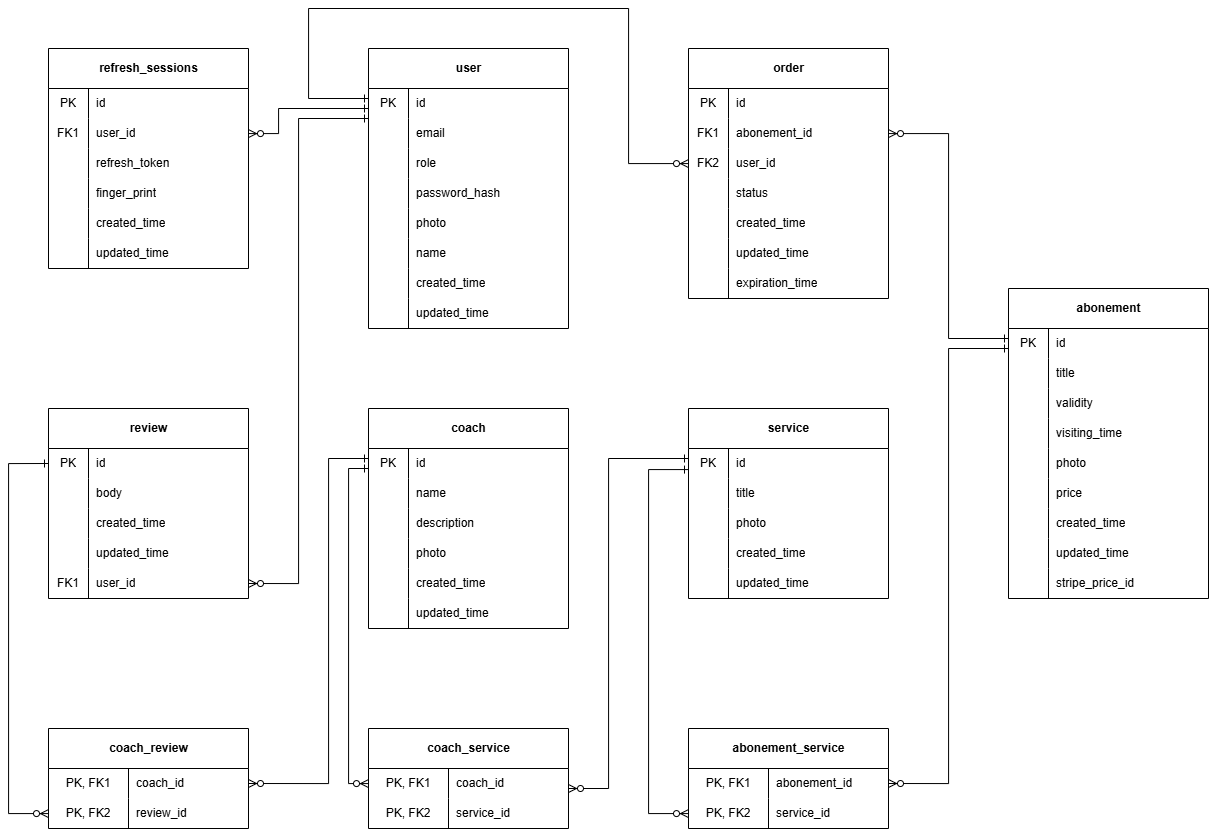
Before: doc/fitness_center_db.drawio.png, a diagram exported from draw.io (DanKo-code/Fitness-Center-Mono). Source tidied: cells renumbered, new cells last; positions are measured from the earlier drawing's top-left corner, leaving out a move shared by most shapes.
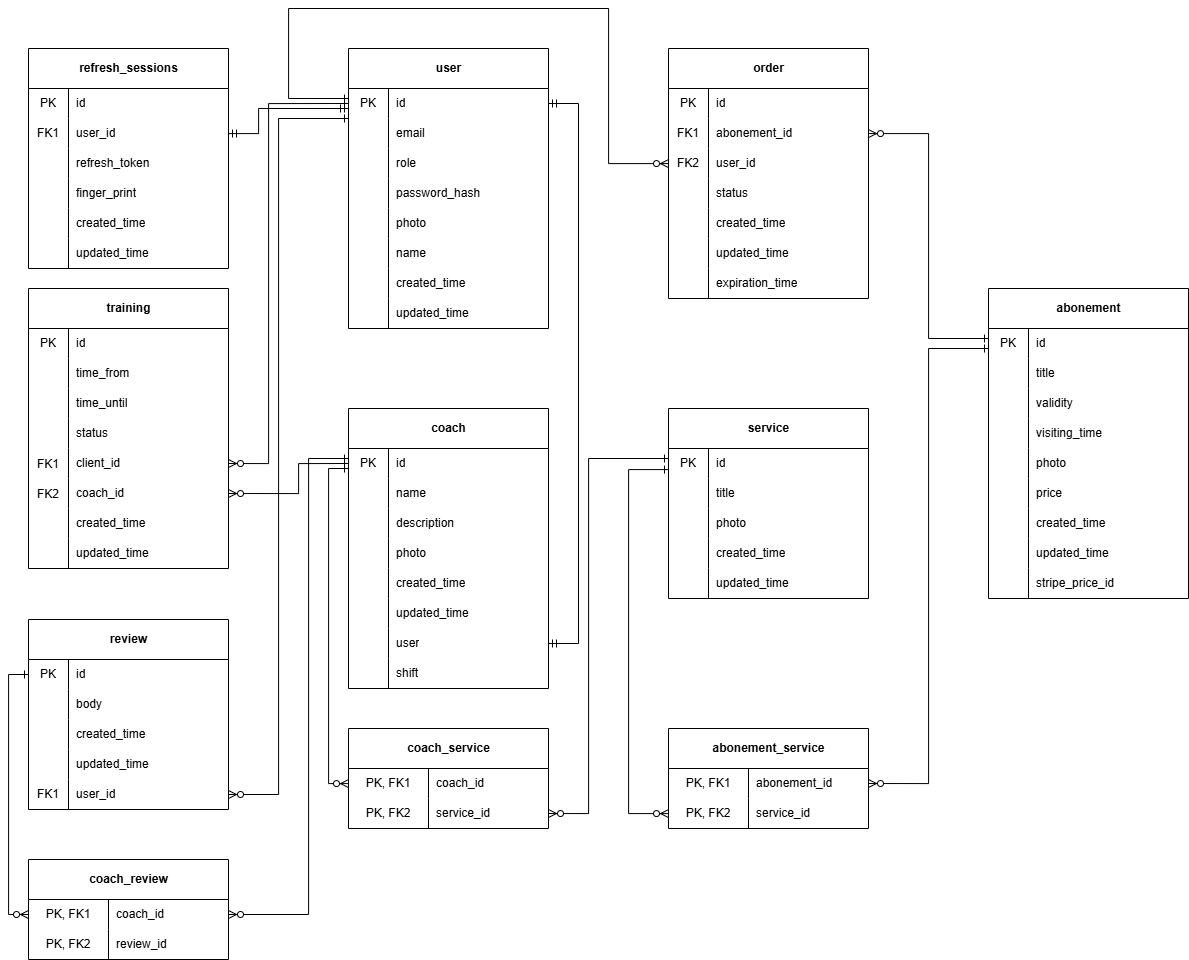
After the commit.

What changed in the source:
```diff
@@ -161,8 +161,8 @@
     <mxCell id="54" value="stripe_price_id" style="shape=partialRectangle;fillColor=none;top=0;left=0;bottom=0;right=0;align=left;spacingLeft=6;overflow=hidden;whiteSpace=wrap;html=1;" parent="52" vertex="1">
       <mxGeometry x="40" width="160" height="30" as="geometry" />
     </mxCell>
-    <mxCell id="55" value="coach" style="shape=table;startSize=40;rowLines=0;fontStyle=1;align=center;html=1;" parent="1" vertex="1">
-      <mxGeometry x="360" y="400" width="200" height="220" as="geometry" />
+    <mxCell id="55" value="coach" style="shape=table;startSize=40;rowLines=0;fontStyle=1;align=center;html=1;verticalAlign=middle;" parent="1" vertex="1">
+      <mxGeometry x="360" y="400" width="200" height="280" as="geometry" />
     </mxCell>
     <mxCell id="56" style="shape=tableRow;horizontal=0;startSize=0;swimlaneHead=0;swimlaneBody=0;fillColor=none;points=[[0,0.5],[1,0.5]];portConstraint=eastwest;top=0;left=0;right=0;bottom=0;" parent="55" vertex="1">
       <mxGeometry y="40" width="200" height="30" as="geometry" />
@@ -218,8 +218,26 @@
     <mxCell id="73" value="updated_time" style="shape=partialRectangle;fillColor=none;top=0;left=0;bottom=0;right=0;align=left;spacingLeft=6;overflow=hidden;whiteSpace=wrap;html=1;" parent="71" vertex="1">
       <mxGeometry x="40" width="160" height="30" as="geometry" />
     </mxCell>
+    <mxCell id="178" style="shape=tableRow;horizontal=0;startSize=0;swimlaneHead=0;swimlaneBody=0;fillColor=none;points=[[0,0.5],[1,0.5]];portConstraint=eastwest;top=0;left=0;right=0;bottom=0;" parent="55" vertex="1">
+      <mxGeometry y="220" width="200" height="30" as="geometry" />
+    </mxCell>
+    <mxCell id="179" style="shape=partialRectangle;fillColor=none;top=0;left=0;bottom=0;right=0;overflow=hidden;whiteSpace=wrap;html=1;" parent="178" vertex="1">
+      <mxGeometry width="40" height="30" as="geometry" />
+    </mxCell>
+    <mxCell id="180" value="user" style="shape=partialRectangle;fillColor=none;top=0;left=0;bottom=0;right=0;align=left;spacingLeft=6;overflow=hidden;whiteSpace=wrap;html=1;" parent="178" vertex="1">
+      <mxGeometry x="40" width="160" height="30" as="geometry" />
+    </mxCell>
+    <mxCell id="181" style="shape=tableRow;horizontal=0;startSize=0;swimlaneHead=0;swimlaneBody=0;fillColor=none;top=0;left=0;right=0;bottom=0;" parent="55" vertex="1">
+      <mxGeometry y="250" width="200" height="30" as="geometry" />
+    </mxCell>
+    <mxCell id="182" style="shape=partialRectangle;fillColor=none;top=0;left=0;bottom=0;right=0;overflow=hidden;whiteSpace=wrap;html=1;" parent="181" vertex="1">
+      <mxGeometry width="40" height="30" as="geometry" />
+    </mxCell>
+    <mxCell id="183" value="shift" style="shape=partialRectangle;fillColor=none;top=0;left=0;bottom=0;right=0;align=left;spacingLeft=6;overflow=hidden;whiteSpace=wrap;html=1;" parent="181" vertex="1">
+      <mxGeometry x="40" width="160" height="30" as="geometry" />
+    </mxCell>
     <mxCell id="74" value="review" style="shape=table;startSize=40;rowLines=0;fontStyle=1;align=center;html=1;" parent="1" vertex="1">
-      <mxGeometry x="40" y="400" width="200" height="190" as="geometry" />
+      <mxGeometry x="40" y="611" width="200" height="190" as="geometry" />
     </mxCell>
     <mxCell id="75" style="shape=tableRow;horizontal=0;startSize=0;swimlaneHead=0;swimlaneBody=0;fillColor=none;points=[[0,0.5],[1,0.5]];portConstraint=eastwest;top=0;left=0;right=0;bottom=0;" parent="74" vertex="1">
       <mxGeometry y="40" width="200" height="30" as="geometry" />
@@ -459,7 +477,7 @@
       <mxGeometry x="80" width="120" height="30" as="geometry" />
     </mxCell>
     <mxCell id="154" value="coach_review" style="shape=table;startSize=40;rowLines=0;fontStyle=1;align=center;html=1;" parent="1" vertex="1">
-      <mxGeometry x="40" y="720" width="200" height="100" as="geometry" />
+      <mxGeometry x="40" y="851" width="200" height="100" as="geometry" />
     </mxCell>
     <mxCell id="155" style="shape=tableRow;horizontal=0;startSize=0;swimlaneHead=0;swimlaneBody=0;fillColor=none;points=[[0,0.5],[1,0.5]];portConstraint=eastwest;top=0;left=0;right=0;bottom=0;" parent="154" vertex="1">
       <mxGeometry y="40" width="200" height="30" as="geometry" />
@@ -500,7 +518,7 @@
     <mxCell id="167" value="service_id" style="shape=partialRectangle;fillColor=none;top=0;left=0;bottom=0;right=0;align=left;spacingLeft=6;overflow=hidden;whiteSpace=wrap;html=1;" parent="165" vertex="1">
       <mxGeometry x="80" width="120" height="30" as="geometry" />
     </mxCell>
-    <mxCell id="168" style="edgeStyle=orthogonalEdgeStyle;fontSize=12;html=1;endArrow=ERzeroToMany;startArrow=ERone;rounded=0;startFill=0;" parent="1" edge="1" source="3" target="110">
+    <mxCell id="168" style="edgeStyle=orthogonalEdgeStyle;fontSize=12;html=1;endArrow=ERmandOne;startArrow=ERmandOne;rounded=0;startFill=0;endFill=0;" parent="1" edge="1" source="3" target="110">
       <mxGeometry relative="1" as="geometry">
         <Array as="points">
           <mxPoint x="270" y="100" />
@@ -512,7 +530,7 @@
       <mxGeometry relative="1" as="geometry">
         <Array as="points">
           <mxPoint x="290" y="110" />
-          <mxPoint x="290" y="575" />
+          <mxPoint x="290" y="786" />
         </Array>
       </mxGeometry>
     </mxCell>
@@ -538,15 +556,15 @@
       <mxGeometry relative="1" as="geometry">
         <Array as="points">
           <mxPoint x="320" y="450" />
-          <mxPoint x="320" y="775" />
+          <mxPoint x="320" y="906" />
         </Array>
       </mxGeometry>
     </mxCell>
-    <mxCell id="173" style="edgeStyle=orthogonalEdgeStyle;fontSize=12;html=1;endArrow=ERzeroToMany;startArrow=ERone;rounded=0;startFill=0;exitX=0;exitY=0.5;exitDx=0;exitDy=0;" parent="1" edge="1" source="75" target="158">
+    <mxCell id="173" style="edgeStyle=orthogonalEdgeStyle;fontSize=12;html=1;endArrow=ERzeroToMany;startArrow=ERone;rounded=0;startFill=0;exitX=0;exitY=0.5;exitDx=0;exitDy=0;entryX=0;entryY=0.5;entryDx=0;entryDy=0;" parent="1" edge="1" source="75" target="155">
       <mxGeometry relative="1" as="geometry">
         <Array as="points">
-          <mxPoint y="455" />
-          <mxPoint y="805" />
+          <mxPoint x="20" y="666" />
+          <mxPoint x="20" y="906" />
         </Array>
       </mxGeometry>
     </mxCell>
@@ -558,11 +576,11 @@
         </Array>
       </mxGeometry>
     </mxCell>
-    <mxCell id="175" style="edgeStyle=orthogonalEdgeStyle;fontSize=12;html=1;endArrow=ERzeroToMany;startArrow=ERone;rounded=0;startFill=0;" parent="1" edge="1" source="91" target="162">
+    <mxCell id="175" style="edgeStyle=orthogonalEdgeStyle;fontSize=12;html=1;endArrow=ERzeroToMany;startArrow=ERone;rounded=0;startFill=0;entryX=1;entryY=0.5;entryDx=0;entryDy=0;" parent="1" edge="1" source="91" target="165">
       <mxGeometry relative="1" as="geometry">
         <Array as="points">
           <mxPoint x="600" y="450" />
-          <mxPoint x="600" y="780" />
+          <mxPoint x="600" y="805" />
         </Array>
       </mxGeometry>
     </mxCell>
@@ -582,5 +600,109 @@
         </Array>
       </mxGeometry>
     </mxCell>
+    <mxCell id="184" style="edgeStyle=entityRelationEdgeStyle;fontSize=12;html=1;endArrow=ERmandOne;startArrow=ERmandOne;rounded=0;entryX=1;entryY=0.5;entryDx=0;entryDy=0;exitX=1;exitY=0.5;exitDx=0;exitDy=0;" parent="1" edge="1" source="178" target="3">
+      <mxGeometry relative="1" as="geometry">
+        <Array as="points">
+          <mxPoint x="580" y="391" />
+        </Array>
+      </mxGeometry>
+    </mxCell>
+    <mxCell id="185" value="training" style="shape=table;startSize=40;rowLines=0;fontStyle=1;align=center;html=1;" parent="1" vertex="1">
+      <mxGeometry x="40" y="280" width="200" height="280" as="geometry" />
+    </mxCell>
+    <mxCell id="186" style="shape=tableRow;horizontal=0;startSize=0;swimlaneHead=0;swimlaneBody=0;fillColor=none;top=0;left=0;right=0;bottom=0;" parent="185" vertex="1">
+      <mxGeometry y="40" width="200" height="30" as="geometry" />
+    </mxCell>
+    <mxCell id="187" value="PK" style="shape=partialRectangle;fillColor=none;top=0;left=0;bottom=0;right=0;overflow=hidden;whiteSpace=wrap;html=1;" parent="186" vertex="1">
+      <mxGeometry width="40" height="30" as="geometry" />
+    </mxCell>
+    <mxCell id="188" value="id" style="shape=partialRectangle;fillColor=none;top=0;left=0;bottom=0;right=0;align=left;spacingLeft=6;overflow=hidden;whiteSpace=wrap;html=1;" parent="186" vertex="1">
+      <mxGeometry x="40" width="160" height="30" as="geometry" />
+    </mxCell>
+    <mxCell id="189" style="shape=tableRow;horizontal=0;startSize=0;swimlaneHead=0;swimlaneBody=0;fillColor=none;top=0;left=0;right=0;bottom=0;" parent="185" vertex="1">
+      <mxGeometry y="70" width="200" height="30" as="geometry" />
+    </mxCell>
+    <mxCell id="190" style="shape=partialRectangle;fillColor=none;top=0;left=0;bottom=0;right=0;overflow=hidden;whiteSpace=wrap;html=1;" parent="189" vertex="1">
+      <mxGeometry width="40" height="30" as="geometry" />
+    </mxCell>
+    <mxCell id="191" value="time_from" style="shape=partialRectangle;fillColor=none;top=0;left=0;bottom=0;right=0;align=left;spacingLeft=6;overflow=hidden;whiteSpace=wrap;html=1;" parent="189" vertex="1">
+      <mxGeometry x="40" width="160" height="30" as="geometry" />
+    </mxCell>
+    <mxCell id="192" style="shape=tableRow;horizontal=0;startSize=0;swimlaneHead=0;swimlaneBody=0;fillColor=none;top=0;left=0;right=0;bottom=0;" parent="185" vertex="1">
+      <mxGeometry y="100" width="200" height="30" as="geometry" />
+    </mxCell>
+    <mxCell id="193" style="shape=partialRectangle;fillColor=none;top=0;left=0;bottom=0;right=0;overflow=hidden;whiteSpace=wrap;html=1;" parent="192" vertex="1">
+      <mxGeometry width="40" height="30" as="geometry" />
+    </mxCell>
+    <mxCell id="194" value="time_until" style="shape=partialRectangle;fillColor=none;top=0;left=0;bottom=0;right=0;align=left;spacingLeft=6;overflow=hidden;whiteSpace=wrap;html=1;" parent="192" vertex="1">
+      <mxGeometry x="40" width="160" height="30" as="geometry" />
+    </mxCell>
+    <mxCell id="195" style="shape=tableRow;horizontal=0;startSize=0;swimlaneHead=0;swimlaneBody=0;fillColor=none;top=0;left=0;right=0;bottom=0;" parent="185" vertex="1">
+      <mxGeometry y="130" width="200" height="30" as="geometry" />
+    </mxCell>
+    <mxCell id="196" style="shape=partialRectangle;fillColor=none;top=0;left=0;bottom=0;right=0;overflow=hidden;whiteSpace=wrap;html=1;" parent="195" vertex="1">
+      <mxGeometry width="40" height="30" as="geometry" />
+    </mxCell>
+    <mxCell id="197" value="status" style="shape=partialRectangle;fillColor=none;top=0;left=0;bottom=0;right=0;align=left;spacingLeft=6;overflow=hidden;whiteSpace=wrap;html=1;" parent="195" vertex="1">
+      <mxGeometry x="40" width="160" height="30" as="geometry" />
+    </mxCell>
+    <mxCell id="198" style="shape=tableRow;horizontal=0;startSize=0;swimlaneHead=0;swimlaneBody=0;fillColor=none;points=[[0,0.5],[1,0.5]];portConstraint=eastwest;top=0;left=0;right=0;bottom=0;" parent="185" vertex="1">
+      <mxGeometry y="160" width="200" height="30" as="geometry" />
+    </mxCell>
+    <mxCell id="199" style="shape=partialRectangle;fillColor=none;top=0;left=0;bottom=0;right=0;overflow=hidden;whiteSpace=wrap;html=1;" parent="198" vertex="1">
+      <mxGeometry width="40" height="30" as="geometry" />
+    </mxCell>
+    <mxCell id="200" value="client_id" style="shape=partialRectangle;fillColor=none;top=0;left=0;bottom=0;right=0;align=left;spacingLeft=6;overflow=hidden;whiteSpace=wrap;html=1;" parent="198" vertex="1">
+      <mxGeometry x="40" width="160" height="30" as="geometry" />
+    </mxCell>
+    <mxCell id="201" style="shape=tableRow;horizontal=0;startSize=0;swimlaneHead=0;swimlaneBody=0;fillColor=none;points=[[0,0.5],[1,0.5]];portConstraint=eastwest;top=0;left=0;right=0;bottom=0;" parent="185" vertex="1">
+      <mxGeometry y="190" width="200" height="30" as="geometry" />
+    </mxCell>
+    <mxCell id="202" style="shape=partialRectangle;fillColor=none;top=0;left=0;bottom=0;right=0;overflow=hidden;whiteSpace=wrap;html=1;" parent="201" vertex="1">
+      <mxGeometry width="40" height="30" as="geometry" />
+    </mxCell>
+    <mxCell id="203" value="coach_id" style="shape=partialRectangle;fillColor=none;top=0;left=0;bottom=0;right=0;align=left;spacingLeft=6;overflow=hidden;whiteSpace=wrap;html=1;" parent="201" vertex="1">
+      <mxGeometry x="40" width="160" height="30" as="geometry" />
+    </mxCell>
+    <mxCell id="204" style="shape=tableRow;horizontal=0;startSize=0;swimlaneHead=0;swimlaneBody=0;fillColor=none;top=0;left=0;right=0;bottom=0;" parent="185" vertex="1">
+      <mxGeometry y="220" width="200" height="30" as="geometry" />
+    </mxCell>
+    <mxCell id="205" style="shape=partialRectangle;fillColor=none;top=0;left=0;bottom=0;right=0;overflow=hidden;whiteSpace=wrap;html=1;" parent="204" vertex="1">
+      <mxGeometry width="40" height="30" as="geometry" />
+    </mxCell>
+    <mxCell id="206" value="created_time" style="shape=partialRectangle;fillColor=none;top=0;left=0;bottom=0;right=0;align=left;spacingLeft=6;overflow=hidden;whiteSpace=wrap;html=1;" parent="204" vertex="1">
+      <mxGeometry x="40" width="160" height="30" as="geometry" />
+    </mxCell>
+    <mxCell id="207" style="shape=tableRow;horizontal=0;startSize=0;swimlaneHead=0;swimlaneBody=0;fillColor=none;top=0;left=0;right=0;bottom=0;" parent="185" vertex="1">
+      <mxGeometry y="250" width="200" height="30" as="geometry" />
+    </mxCell>
+    <mxCell id="208" style="shape=partialRectangle;fillColor=none;top=0;left=0;bottom=0;right=0;overflow=hidden;whiteSpace=wrap;html=1;" parent="207" vertex="1">
+      <mxGeometry width="40" height="30" as="geometry" />
+    </mxCell>
+    <mxCell id="209" value="updated_time" style="shape=partialRectangle;fillColor=none;top=0;left=0;bottom=0;right=0;align=left;spacingLeft=6;overflow=hidden;whiteSpace=wrap;html=1;" parent="207" vertex="1">
+      <mxGeometry x="40" width="160" height="30" as="geometry" />
+    </mxCell>
+    <mxCell id="210" value="FK1" style="shape=partialRectangle;fillColor=none;top=0;left=0;bottom=0;right=0;overflow=hidden;whiteSpace=wrap;html=1;" parent="1" vertex="1">
+      <mxGeometry x="40" y="441" width="40" height="30" as="geometry" />
+    </mxCell>
+    <mxCell id="211" value="FK2" style="shape=partialRectangle;fillColor=none;top=0;left=0;bottom=0;right=0;overflow=hidden;whiteSpace=wrap;html=1;" parent="1" vertex="1">
+      <mxGeometry x="40" y="471" width="40" height="30" as="geometry" />
+    </mxCell>
+    <mxCell id="212" style="edgeStyle=orthogonalEdgeStyle;fontSize=12;html=1;endArrow=ERzeroToMany;startArrow=ERone;rounded=0;startFill=0;entryX=1;entryY=0.5;entryDx=0;entryDy=0;exitX=0;exitY=0.5;exitDx=0;exitDy=0;" parent="1" edge="1" source="3" target="198">
+      <mxGeometry relative="1" as="geometry">
+        <Array as="points">
+          <mxPoint x="280" y="95" />
+          <mxPoint x="280" y="455" />
+        </Array>
+      </mxGeometry>
+    </mxCell>
+    <mxCell id="213" style="edgeStyle=orthogonalEdgeStyle;fontSize=12;html=1;endArrow=ERzeroToMany;startArrow=ERone;rounded=0;startFill=0;entryX=1;entryY=0.5;entryDx=0;entryDy=0;exitX=0;exitY=0.5;exitDx=0;exitDy=0;" parent="1" edge="1" source="56" target="201">
+      <mxGeometry relative="1" as="geometry">
+        <Array as="points">
+          <mxPoint x="310" y="455" />
+          <mxPoint x="310" y="485" />
+        </Array>
+      </mxGeometry>
+    </mxCell>
   </root>
 </mxGraphModel>
```
